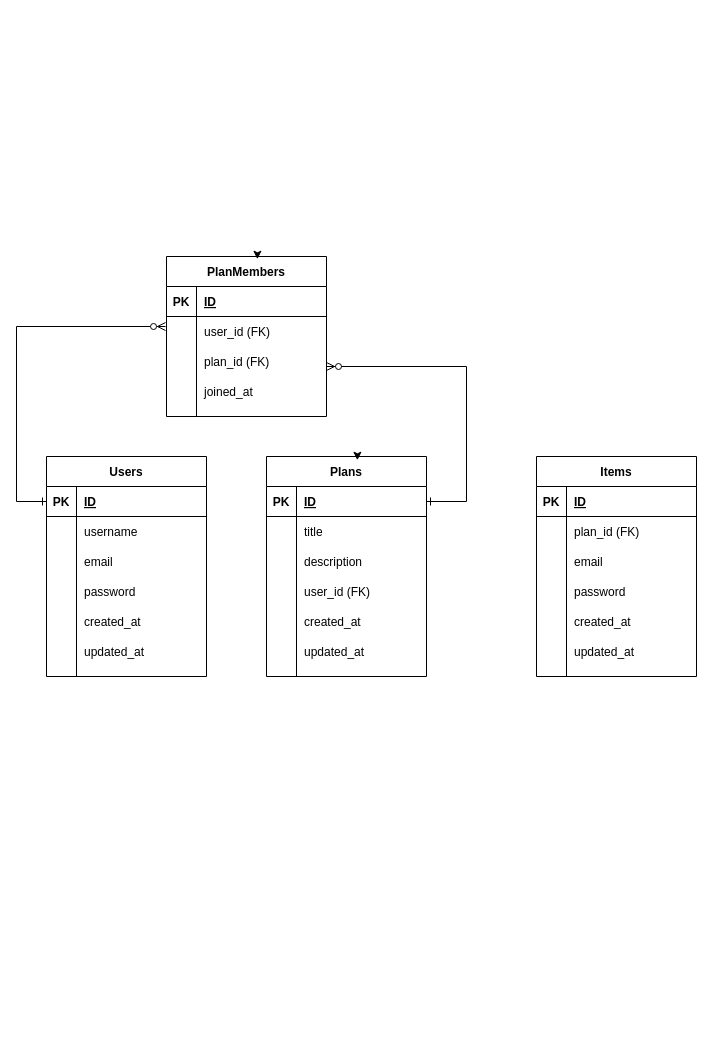
The draw.io diagram 名称未設定ファイル.drawio in honsu1004/travel-editor, before the edit. Source tidied: cells renumbered, new cells numbered last; positions are measured from the earlier drawing's top-left corner, leaving out a move shared by most shapes. Both pictures are drawn from the tidied source at 100%, with x=0, y=0 at pixel (16, 216).
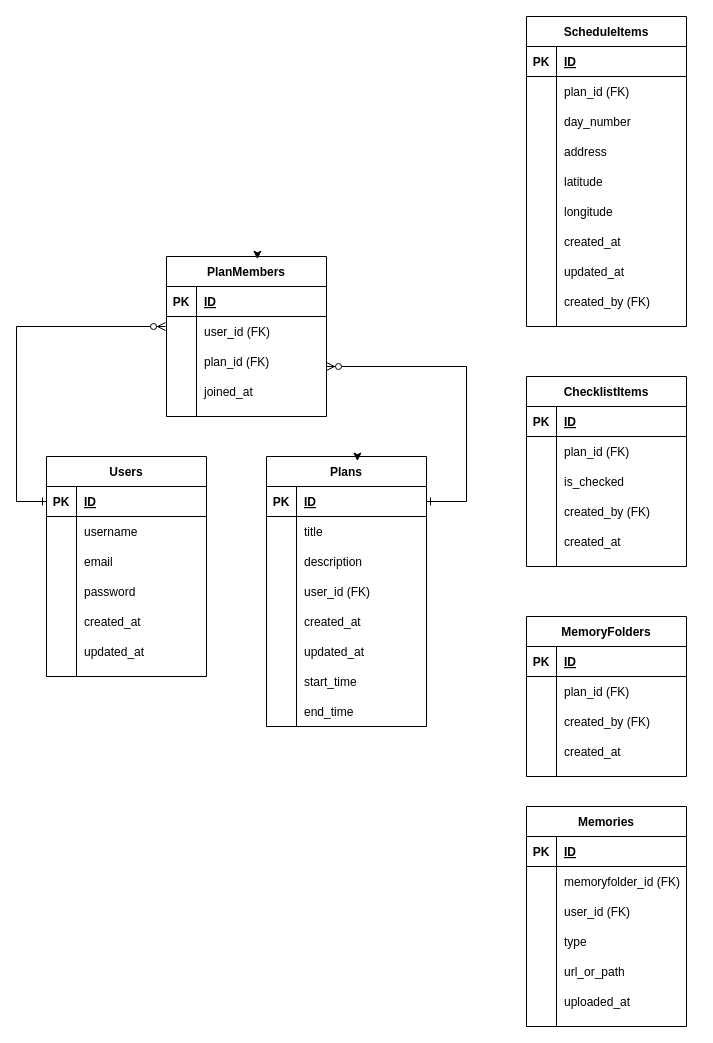
After the change.

Commit message (it also covers changes not shown here):
名称未設定ファイル.drawio を更新します

The edit, as a diff of the source:
```diff
@@
     <mxCell id="2" style="group;" parent="1" vertex="1">
-      <mxGeometry x="250" y="240" width="160" height="210" as="geometry" />
+      <mxGeometry x="250" y="240" width="160" height="270" as="geometry" />
     </mxCell>
     <mxCell id="3" style="group;" parent="2" vertex="1">
-      <mxGeometry width="160" height="220" as="geometry" />
+      <mxGeometry width="160" height="270" as="geometry" />
     </mxCell>
+    <mxCell id="11" value="title" style="shape=partialRectangle;overflow=hidden;fillColor=none;top=0;left=0;bottom=0;right=0;align=left;spacingLeft=6;" parent="3" vertex="1">
+      <mxGeometry x="30" y="60" width="130" height="30" as="geometry" />
+    </mxCell>
+    <mxCell id="12" value="description" style="shape=partialRectangle;overflow=hidden;fillColor=none;top=0;left=0;bottom=0;right=0;align=left;spacingLeft=6;" parent="3" vertex="1">
+      <mxGeometry x="30" y="90" width="130" height="30" as="geometry" />
+    </mxCell>
+    <mxCell id="13" value="user_id (FK)" style="shape=partialRectangle;overflow=hidden;fillColor=none;top=0;left=0;bottom=0;right=0;align=left;spacingLeft=6;" parent="3" vertex="1">
+      <mxGeometry x="30" y="120" width="130" height="30" as="geometry" />
+    </mxCell>
+    <mxCell id="14" value="created_at" style="shape=partialRectangle;overflow=hidden;fillColor=none;top=0;left=0;bottom=0;right=0;align=left;spacingLeft=6;" parent="3" vertex="1">
+      <mxGeometry x="30" y="150" width="130" height="30" as="geometry" />
+    </mxCell>
+    <mxCell id="15" value="updated_at" style="shape=partialRectangle;overflow=hidden;fillColor=none;top=0;left=0;bottom=0;right=0;align=left;spacingLeft=6;" parent="3" vertex="1">
+      <mxGeometry x="30" y="180" width="130" height="30" as="geometry" />
+    </mxCell>
+    <mxCell id="59" style="group;" parent="3" vertex="1">
+      <mxGeometry width="160" height="270" as="geometry" />
+    </mxCell>
-    <mxCell id="4" value="Plans" style="shape=table;startSize=30;childLayout=tableLayout;rowLines=0;fontStyle=1;align=center;" parent="3" vertex="1">
-      <mxGeometry width="160" height="220" as="geometry" />
+    <mxCell id="4" value="Plans" style="shape=table;startSize=30;childLayout=tableLayout;rowLines=0;fontStyle=1;align=center;" parent="59" vertex="1">
+      <mxGeometry width="160" height="270" as="geometry" />
     </mxCell>
@@
     <mxCell id="8" style="shape=partialRectangle;fillColor=none;top=0;left=0;right=0;bottom=0;" parent="4" vertex="1">
-      <mxGeometry y="60" width="160" height="160" as="geometry" />
+      <mxGeometry y="60" width="160" height="210" as="geometry" />
     </mxCell>
     <mxCell id="9" style="shape=partialRectangle;overflow=hidden;fillColor=none;top=0;left=0;bottom=0;right=0;" parent="8" vertex="1">
-      <mxGeometry width="30" height="160" as="geometry" />
+      <mxGeometry width="30" height="210" as="geometry" />
     </mxCell>
     <mxCell id="10" style="shape=partialRectangle;overflow=hidden;fillColor=none;top=0;left=0;bottom=0;right=0;align=left;spacingLeft=6;" parent="8" vertex="1">
-      <mxGeometry x="30" width="130" height="160" as="geometry" />
+      <mxGeometry x="30" width="130" height="210" as="geometry" />
     </mxCell>
-    <mxCell id="11" value="title" style="shape=partialRectangle;overflow=hidden;fillColor=none;top=0;left=0;bottom=0;right=0;align=left;spacingLeft=6;" parent="3" vertex="1">
-      <mxGeometry x="30" y="60" width="130" height="30" as="geometry" />
-    </mxCell>
-    <mxCell id="12" value="description" style="shape=partialRectangle;overflow=hidden;fillColor=none;top=0;left=0;bottom=0;right=0;align=left;spacingLeft=6;" parent="3" vertex="1">
-      <mxGeometry x="30" y="90" width="130" height="30" as="geometry" />
-    </mxCell>
-    <mxCell id="13" value="user_id (FK)" style="shape=partialRectangle;overflow=hidden;fillColor=none;top=0;left=0;bottom=0;right=0;align=left;spacingLeft=6;" parent="3" vertex="1">
-      <mxGeometry x="30" y="120" width="130" height="30" as="geometry" />
-    </mxCell>
-    <mxCell id="14" value="created_at" style="shape=partialRectangle;overflow=hidden;fillColor=none;top=0;left=0;bottom=0;right=0;align=left;spacingLeft=6;" parent="3" vertex="1">
-      <mxGeometry x="30" y="150" width="130" height="30" as="geometry" />
-    </mxCell>
-    <mxCell id="15" value="updated_at" style="shape=partialRectangle;overflow=hidden;fillColor=none;top=0;left=0;bottom=0;right=0;align=left;spacingLeft=6;" parent="3" vertex="1">
-      <mxGeometry x="30" y="180" width="130" height="30" as="geometry" />
-    </mxCell>
+    <mxCell id="60" value="start_time" style="shape=partialRectangle;overflow=hidden;fillColor=none;top=0;left=0;bottom=0;right=0;align=left;spacingLeft=6;" parent="59" vertex="1">
+      <mxGeometry x="30" y="210" width="130" height="30" as="geometry" />
+    </mxCell>
+    <mxCell id="61" value="end_time" style="shape=partialRectangle;overflow=hidden;fillColor=none;top=0;left=0;bottom=0;right=0;align=left;spacingLeft=6;" parent="59" vertex="1">
+      <mxGeometry x="30" y="240" width="130" height="30" as="geometry" />
+    </mxCell>
-    <mxCell id="16" style="edgeStyle=orthogonalEdgeStyle;rounded=0;orthogonalLoop=1;jettySize=auto;html=1;exitX=0.75;exitY=0;exitDx=0;exitDy=0;entryX=0.568;entryY=0.017;entryDx=0;entryDy=0;entryPerimeter=0;" parent="3" edge="1" source="4" target="4">
+    <mxCell id="16" style="edgeStyle=orthogonalEdgeStyle;rounded=0;orthogonalLoop=1;jettySize=auto;html=1;exitX=0.75;exitY=0;exitDx=0;exitDy=0;entryX=0.568;entryY=0.017;entryDx=0;entryDy=0;entryPerimeter=0;" parent="59" edge="1" source="4" target="4">
       <mxGeometry relative="1" as="geometry" />
     </mxCell>
@@
     <mxCell id="46" style="group;" parent="1" vertex="1">
-      <mxGeometry x="520" y="240" width="160" height="220" as="geometry" />
+      <mxGeometry x="510" y="-200" width="160" height="300" as="geometry" />
     </mxCell>
+    <mxCell id="62" style="group;" parent="46" vertex="1">
+      <mxGeometry width="160" height="300" as="geometry" />
+    </mxCell>
+    <mxCell id="57" style="shape=partialRectangle;overflow=hidden;fillColor=none;top=0;left=0;bottom=0;right=0;align=left;spacingLeft=6;" parent="62" vertex="1">
+      <mxGeometry x="30" y="150" width="130" height="30" as="geometry" />
+    </mxCell>
+    <mxCell id="63" style="group;" parent="62" vertex="1">
+      <mxGeometry width="160" height="310" as="geometry" />
+    </mxCell>
-    <mxCell id="47" value="Items" style="shape=table;startSize=30;childLayout=tableLayout;rowLines=0;fontStyle=1;align=center;" parent="46" vertex="1">
-      <mxGeometry width="160" height="220" as="geometry" />
+    <mxCell id="47" value="ScheduleItems" style="shape=table;startSize=30;childLayout=tableLayout;rowLines=0;fontStyle=1;align=center;" parent="63" vertex="1">
+      <mxGeometry width="160" height="310" as="geometry" />
     </mxCell>
@@
     <mxCell id="51" style="shape=partialRectangle;fillColor=none;top=0;left=0;right=0;bottom=0;" parent="47" vertex="1">
-      <mxGeometry y="60" width="160" height="160" as="geometry" />
+      <mxGeometry y="60" width="160" height="250" as="geometry" />
     </mxCell>
     <mxCell id="52" style="shape=partialRectangle;overflow=hidden;fillColor=none;top=0;left=0;bottom=0;right=0;" parent="51" vertex="1">
-      <mxGeometry width="30" height="160" as="geometry" />
+      <mxGeometry width="30" height="250" as="geometry" />
     </mxCell>
     <mxCell id="53" style="shape=partialRectangle;overflow=hidden;fillColor=none;top=0;left=0;bottom=0;right=0;align=left;spacingLeft=6;" parent="51" vertex="1">
-      <mxGeometry x="30" width="130" height="160" as="geometry" />
+      <mxGeometry x="30" width="130" height="250" as="geometry" />
     </mxCell>
-    <mxCell id="54" value="plan_id (FK)" style="shape=partialRectangle;overflow=hidden;fillColor=none;top=0;left=0;bottom=0;right=0;align=left;spacingLeft=6;" parent="46" vertex="1">
+    <mxCell id="54" value="plan_id (FK)" style="shape=partialRectangle;overflow=hidden;fillColor=none;top=0;left=0;bottom=0;right=0;align=left;spacingLeft=6;" parent="63" vertex="1">
       <mxGeometry x="30" y="60" width="130" height="30" as="geometry" />
     </mxCell>
-    <mxCell id="55" value="email" style="shape=partialRectangle;overflow=hidden;fillColor=none;top=0;left=0;bottom=0;right=0;align=left;spacingLeft=6;" parent="46" vertex="1">
+    <mxCell id="55" value="day_number" style="shape=partialRectangle;overflow=hidden;fillColor=none;top=0;left=0;bottom=0;right=0;align=left;spacingLeft=6;" parent="63" vertex="1">
       <mxGeometry x="30" y="90" width="130" height="30" as="geometry" />
     </mxCell>
-    <mxCell id="56" value="password" style="shape=partialRectangle;overflow=hidden;fillColor=none;top=0;left=0;bottom=0;right=0;align=left;spacingLeft=6;" parent="46" vertex="1">
-      <mxGeometry x="30" y="120" width="130" height="30" as="geometry" />
-    </mxCell>
-    <mxCell id="57" value="created_at" style="shape=partialRectangle;overflow=hidden;fillColor=none;top=0;left=0;bottom=0;right=0;align=left;spacingLeft=6;" parent="46" vertex="1">
-      <mxGeometry x="30" y="150" width="130" height="30" as="geometry" />
-    </mxCell>
+    <mxCell id="64" value="address" style="shape=partialRectangle;overflow=hidden;fillColor=none;top=0;left=0;bottom=0;right=0;align=left;spacingLeft=6;" parent="63" vertex="1">
+      <mxGeometry x="30" y="120" width="130" height="30" as="geometry" />
+    </mxCell>
+    <mxCell id="65" value="latitude" style="shape=partialRectangle;overflow=hidden;fillColor=none;top=0;left=0;bottom=0;right=0;align=left;spacingLeft=6;" parent="63" vertex="1">
+      <mxGeometry x="30" y="150" width="130" height="30" as="geometry" />
+    </mxCell>
+    <mxCell id="66" value="longitude" style="shape=partialRectangle;overflow=hidden;fillColor=none;top=0;left=0;bottom=0;right=0;align=left;spacingLeft=6;" parent="63" vertex="1">
+      <mxGeometry x="30" y="180" width="130" height="30" as="geometry" />
+    </mxCell>
+    <mxCell id="67" value="created_at" style="shape=partialRectangle;overflow=hidden;fillColor=none;top=0;left=0;bottom=0;right=0;align=left;spacingLeft=6;" parent="63" vertex="1">
+      <mxGeometry x="30" y="210" width="130" height="30" as="geometry" />
+    </mxCell>
-    <mxCell id="58" value="updated_at" style="shape=partialRectangle;overflow=hidden;fillColor=none;top=0;left=0;bottom=0;right=0;align=left;spacingLeft=6;" parent="46" vertex="1">
-      <mxGeometry x="30" y="180" width="130" height="30" as="geometry" />
+    <mxCell id="58" value="updated_at" style="shape=partialRectangle;overflow=hidden;fillColor=none;top=0;left=0;bottom=0;right=0;align=left;spacingLeft=6;" parent="63" vertex="1">
+      <mxGeometry x="30" y="240" width="130" height="30" as="geometry" />
     </mxCell>
+    <mxCell id="68" value="created_by (FK)" style="shape=partialRectangle;overflow=hidden;fillColor=none;top=0;left=0;bottom=0;right=0;align=left;spacingLeft=6;" parent="63" vertex="1">
+      <mxGeometry x="30" y="270" width="130" height="30" as="geometry" />
+    </mxCell>
+    <mxCell id="69" style="group;" parent="1" vertex="1">
+      <mxGeometry x="510" y="160" width="160" height="640" as="geometry" />
+    </mxCell>
+    <mxCell id="70" style="group;" parent="69" vertex="1">
+      <mxGeometry width="160" height="640" as="geometry" />
+    </mxCell>
+    <mxCell id="71" style="shape=partialRectangle;overflow=hidden;fillColor=none;top=0;left=0;bottom=0;right=0;align=left;spacingLeft=6;" parent="70" vertex="1">
+      <mxGeometry x="30" y="150" width="130" height="30" as="geometry" />
+    </mxCell>
+    <mxCell id="72" style="group;" parent="70" vertex="1">
+      <mxGeometry width="160" height="640" as="geometry" />
+    </mxCell>
+    <mxCell id="73" value="ChecklistItems" style="shape=table;startSize=30;childLayout=tableLayout;rowLines=0;fontStyle=1;align=center;" parent="72" vertex="1">
+      <mxGeometry width="160" height="190" as="geometry" />
+    </mxCell>
+    <mxCell id="74" style="shape=partialRectangle;fillColor=none;top=0;left=0;right=0;bottom=1;" parent="73" vertex="1">
+      <mxGeometry y="30" width="160" height="30" as="geometry" />
+    </mxCell>
+    <mxCell id="75" value="PK" style="shape=partialRectangle;overflow=hidden;fillColor=none;top=0;left=0;bottom=0;right=0;fontStyle=1;" parent="74" vertex="1">
+      <mxGeometry width="30" height="30" as="geometry" />
+    </mxCell>
+    <mxCell id="76" value="ID" style="shape=partialRectangle;overflow=hidden;fillColor=none;top=0;left=0;bottom=0;right=0;align=left;spacingLeft=6;fontStyle=5;" parent="74" vertex="1">
+      <mxGeometry x="30" width="130" height="30" as="geometry" />
+    </mxCell>
+    <mxCell id="77" style="shape=partialRectangle;fillColor=none;top=0;left=0;right=0;bottom=0;" parent="73" vertex="1">
+      <mxGeometry y="60" width="160" height="130" as="geometry" />
+    </mxCell>
+    <mxCell id="78" style="shape=partialRectangle;overflow=hidden;fillColor=none;top=0;left=0;bottom=0;right=0;" parent="77" vertex="1">
+      <mxGeometry width="30" height="130" as="geometry" />
+    </mxCell>
+    <mxCell id="79" style="shape=partialRectangle;overflow=hidden;fillColor=none;top=0;left=0;bottom=0;right=0;align=left;spacingLeft=6;" parent="77" vertex="1">
+      <mxGeometry x="30" width="130" height="130" as="geometry" />
+    </mxCell>
+    <mxCell id="80" value="plan_id (FK)" style="shape=partialRectangle;overflow=hidden;fillColor=none;top=0;left=0;bottom=0;right=0;align=left;spacingLeft=6;" parent="72" vertex="1">
+      <mxGeometry x="30" y="60" width="130" height="30" as="geometry" />
+    </mxCell>
+    <mxCell id="81" value="is_checked" style="shape=partialRectangle;overflow=hidden;fillColor=none;top=0;left=0;bottom=0;right=0;align=left;spacingLeft=6;" parent="72" vertex="1">
+      <mxGeometry x="30" y="90" width="130" height="30" as="geometry" />
+    </mxCell>
+    <mxCell id="82" value="created_at" style="shape=partialRectangle;overflow=hidden;fillColor=none;top=0;left=0;bottom=0;right=0;align=left;spacingLeft=6;" parent="72" vertex="1">
+      <mxGeometry x="30" y="150" width="130" height="30" as="geometry" />
+    </mxCell>
+    <mxCell id="83" value="created_by (FK)" style="shape=partialRectangle;overflow=hidden;fillColor=none;top=0;left=0;bottom=0;right=0;align=left;spacingLeft=6;" parent="72" vertex="1">
+      <mxGeometry x="30" y="120" width="130" height="30" as="geometry" />
+    </mxCell>
+    <mxCell id="84" style="group;" parent="72" vertex="1">
+      <mxGeometry y="240" width="160" height="400" as="geometry" />
+    </mxCell>
+    <mxCell id="85" style="group;" parent="84" vertex="1">
+      <mxGeometry width="160" height="400" as="geometry" />
+    </mxCell>
+    <mxCell id="86" style="shape=partialRectangle;overflow=hidden;fillColor=none;top=0;left=0;bottom=0;right=0;align=left;spacingLeft=6;" parent="85" vertex="1">
+      <mxGeometry x="30" y="95" width="130" height="19" as="geometry" />
+    </mxCell>
+    <mxCell id="87" style="group;" parent="85" vertex="1">
+      <mxGeometry width="160" height="400" as="geometry" />
+    </mxCell>
+    <mxCell id="88" style="group;" parent="87" vertex="1">
+      <mxGeometry width="160" height="160" as="geometry" />
+    </mxCell>
+    <mxCell id="89" value="MemoryFolders" style="shape=table;startSize=30;childLayout=tableLayout;rowLines=0;fontStyle=1;align=center;" parent="88" vertex="1">
+      <mxGeometry width="160" height="160" as="geometry" />
+    </mxCell>
+    <mxCell id="90" style="shape=partialRectangle;fillColor=none;top=0;left=0;right=0;bottom=1;" parent="89" vertex="1">
+      <mxGeometry y="30" width="160" height="30" as="geometry" />
+    </mxCell>
+    <mxCell id="91" value="PK" style="shape=partialRectangle;overflow=hidden;fillColor=none;top=0;left=0;bottom=0;right=0;fontStyle=1;" parent="90" vertex="1">
+      <mxGeometry width="30" height="30" as="geometry" />
+    </mxCell>
+    <mxCell id="92" value="ID" style="shape=partialRectangle;overflow=hidden;fillColor=none;top=0;left=0;bottom=0;right=0;align=left;spacingLeft=6;fontStyle=5;" parent="90" vertex="1">
+      <mxGeometry x="30" width="130" height="30" as="geometry" />
+    </mxCell>
+    <mxCell id="93" style="shape=partialRectangle;fillColor=none;top=0;left=0;right=0;bottom=0;" parent="89" vertex="1">
+      <mxGeometry y="60" width="160" height="100" as="geometry" />
+    </mxCell>
+    <mxCell id="94" style="shape=partialRectangle;overflow=hidden;fillColor=none;top=0;left=0;bottom=0;right=0;" parent="93" vertex="1">
+      <mxGeometry width="30" height="100" as="geometry" />
+    </mxCell>
+    <mxCell id="95" style="shape=partialRectangle;overflow=hidden;fillColor=none;top=0;left=0;bottom=0;right=0;align=left;spacingLeft=6;" parent="93" vertex="1">
+      <mxGeometry x="30" width="130" height="100" as="geometry" />
+    </mxCell>
+    <mxCell id="96" value="plan_id (FK)" style="shape=partialRectangle;overflow=hidden;fillColor=none;top=0;left=0;bottom=0;right=0;align=left;spacingLeft=6;" parent="88" vertex="1">
+      <mxGeometry x="30" y="60" width="130" height="30" as="geometry" />
+    </mxCell>
+    <mxCell id="97" value="created_by (FK)" style="shape=partialRectangle;overflow=hidden;fillColor=none;top=0;left=0;bottom=0;right=0;align=left;spacingLeft=6;" parent="88" vertex="1">
+      <mxGeometry x="30" y="90" width="130" height="30" as="geometry" />
+    </mxCell>
+    <mxCell id="98" value="created_at" style="shape=partialRectangle;overflow=hidden;fillColor=none;top=0;left=0;bottom=0;right=0;align=left;spacingLeft=6;" parent="88" vertex="1">
+      <mxGeometry x="30" y="120" width="130" height="30" as="geometry" />
+    </mxCell>
+    <mxCell id="99" style="group;" parent="87" vertex="1">
+      <mxGeometry y="190" width="160" height="210" as="geometry" />
+    </mxCell>
+    <mxCell id="100" style="group;" parent="99" vertex="1">
+      <mxGeometry width="160" height="210" as="geometry" />
+    </mxCell>
+    <mxCell id="101" style="shape=partialRectangle;overflow=hidden;fillColor=none;top=0;left=0;bottom=0;right=0;align=left;spacingLeft=6;" parent="100" vertex="1">
+      <mxGeometry x="30" y="80" width="130" height="16" as="geometry" />
+    </mxCell>
+    <mxCell id="102" style="group;" parent="100" vertex="1">
+      <mxGeometry width="160" height="210" as="geometry" />
+    </mxCell>
+    <mxCell id="103" style="group;" parent="102" vertex="1">
+      <mxGeometry width="160" height="210" as="geometry" />
+    </mxCell>
+    <mxCell id="104" style="group;" parent="103" vertex="1">
+      <mxGeometry width="160" height="210" as="geometry" />
+    </mxCell>
+    <mxCell id="105" style="group;" parent="104" vertex="1">
+      <mxGeometry width="160" height="220" as="geometry" />
+    </mxCell>
+    <mxCell id="106" value="Memories" style="shape=table;startSize=30;childLayout=tableLayout;rowLines=0;fontStyle=1;align=center;" parent="105" vertex="1">
+      <mxGeometry width="160" height="220" as="geometry" />
+    </mxCell>
+    <mxCell id="107" style="shape=partialRectangle;fillColor=none;top=0;left=0;right=0;bottom=1;" parent="106" vertex="1">
+      <mxGeometry y="30" width="160" height="30" as="geometry" />
+    </mxCell>
+    <mxCell id="108" value="PK" style="shape=partialRectangle;overflow=hidden;fillColor=none;top=0;left=0;bottom=0;right=0;fontStyle=1;" parent="107" vertex="1">
+      <mxGeometry width="30" height="30" as="geometry" />
+    </mxCell>
+    <mxCell id="109" value="ID" style="shape=partialRectangle;overflow=hidden;fillColor=none;top=0;left=0;bottom=0;right=0;align=left;spacingLeft=6;fontStyle=5;" parent="107" vertex="1">
+      <mxGeometry x="30" width="130" height="30" as="geometry" />
+    </mxCell>
+    <mxCell id="110" style="shape=partialRectangle;fillColor=none;top=0;left=0;right=0;bottom=0;" parent="106" vertex="1">
+      <mxGeometry y="60" width="160" height="160" as="geometry" />
+    </mxCell>
+    <mxCell id="111" style="shape=partialRectangle;overflow=hidden;fillColor=none;top=0;left=0;bottom=0;right=0;" parent="110" vertex="1">
+      <mxGeometry width="30" height="160" as="geometry" />
+    </mxCell>
+    <mxCell id="112" style="shape=partialRectangle;overflow=hidden;fillColor=none;top=0;left=0;bottom=0;right=0;align=left;spacingLeft=6;" parent="110" vertex="1">
+      <mxGeometry x="30" width="130" height="160" as="geometry" />
+    </mxCell>
+    <mxCell id="113" value="memoryfolder_id (FK)" style="shape=partialRectangle;overflow=hidden;fillColor=none;top=0;left=0;bottom=0;right=0;align=left;spacingLeft=6;" parent="105" vertex="1">
+      <mxGeometry x="30" y="60" width="130" height="30" as="geometry" />
+    </mxCell>
+    <mxCell id="114" value="user_id (FK)" style="shape=partialRectangle;overflow=hidden;fillColor=none;top=0;left=0;bottom=0;right=0;align=left;spacingLeft=6;" parent="105" vertex="1">
+      <mxGeometry x="30" y="90" width="130" height="30" as="geometry" />
+    </mxCell>
+    <mxCell id="115" value="type" style="shape=partialRectangle;overflow=hidden;fillColor=none;top=0;left=0;bottom=0;right=0;align=left;spacingLeft=6;" parent="105" vertex="1">
+      <mxGeometry x="30" y="120" width="130" height="30" as="geometry" />
+    </mxCell>
+    <mxCell id="116" value="uploaded_at" style="shape=partialRectangle;overflow=hidden;fillColor=none;top=0;left=0;bottom=0;right=0;align=left;spacingLeft=6;" parent="105" vertex="1">
+      <mxGeometry x="30" y="180" width="130" height="30" as="geometry" />
+    </mxCell>
+    <mxCell id="117" value="url_or_path" style="shape=partialRectangle;overflow=hidden;fillColor=none;top=0;left=0;bottom=0;right=0;align=left;spacingLeft=6;" parent="103" vertex="1">
+      <mxGeometry x="30" y="150" width="130" height="30" as="geometry" />
+    </mxCell>
```
